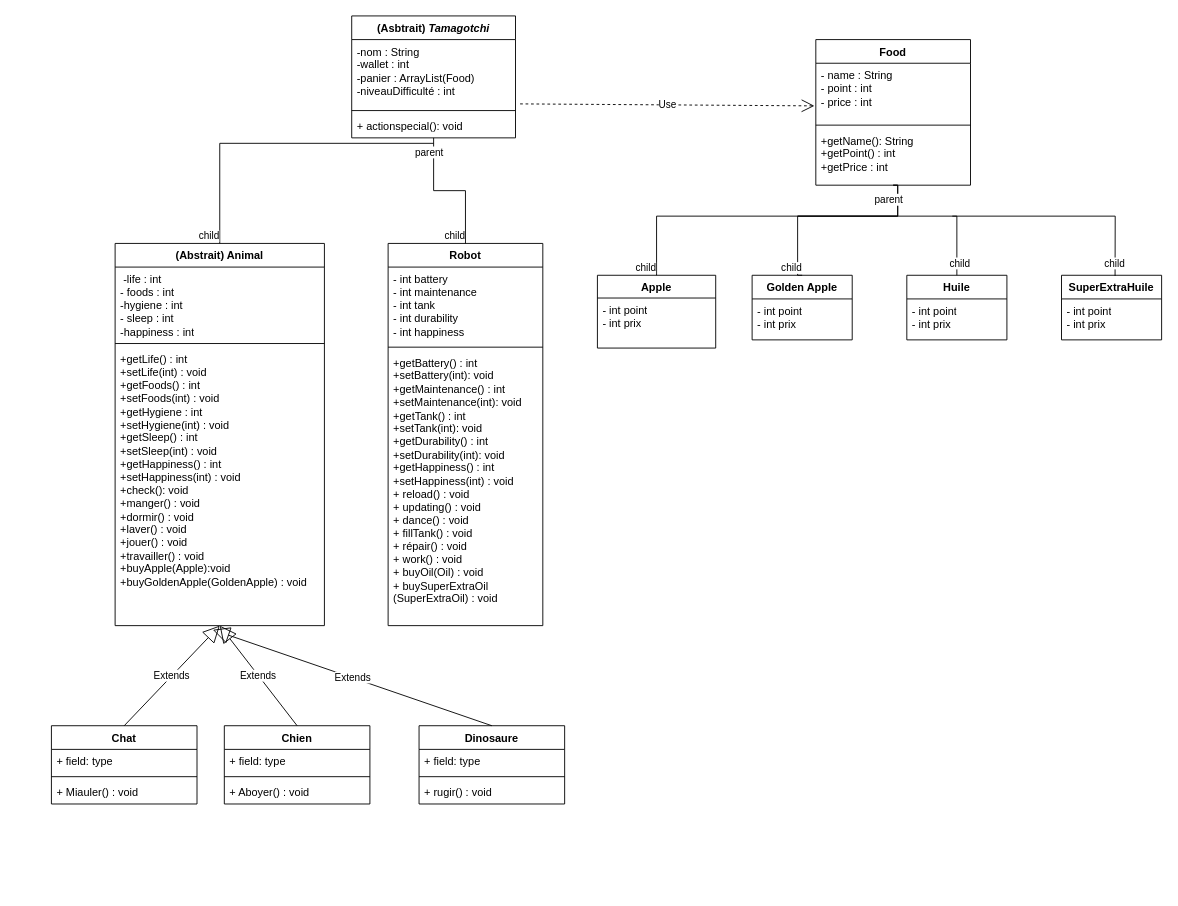
BMaurice56/Tamagotchi keeps this draw.io diagram as Diagram.drawio. Above is the earlier version. Source tidied: cells renumbered, new cells numbered last; positions are measured from the earlier drawing's top-left corner, leaving out a move shared by most shapes. Both pictures are drawn from the tidied source at 91%, with x=0, y=0 at pixel (51, 15).
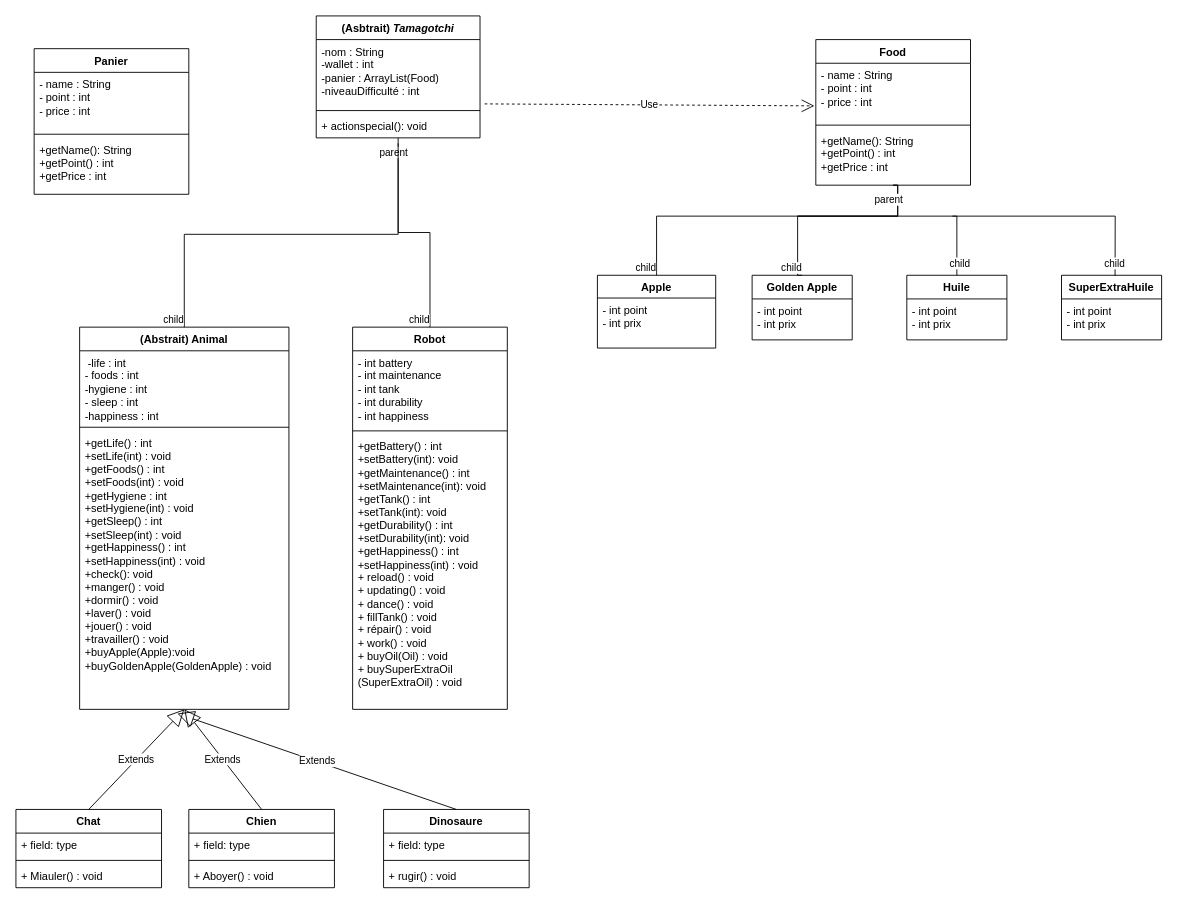
The same diagram, later.

Commit message:
Mettre à jour Diagram.drawio

The change refers to these unchanged cells:
```xml
<mxCell id="5" value="+ actionspecial(): void" style="text;strokeColor=none;fillColor=none;align=left;verticalAlign=top;spacingLeft=4;spacingRight=4;overflow=hidden;points=[[0,0.5],[1,0.5]];portConstraint=eastwest;whiteSpace=wrap;html=1;" parent="2" vertex="1">
  <mxGeometry y="108" width="180" height="26" as="geometry" />
</mxCell>
```

Diff of the diagram source:
```diff
@@
     <mxCell id="2" value="(Asbtrait)&amp;nbsp;&lt;i&gt;Tamagotchi&lt;/i&gt;" style="swimlane;fontStyle=1;align=center;verticalAlign=top;horizontal=1;startSize=26;whiteSpace=wrap;html=1;" parent="1" vertex="1">
-      <mxGeometry x="330" width="180" height="134" as="geometry" />
+      <mxGeometry x="291" width="180" height="134" as="geometry" />
     </mxCell>
@@
     <mxCell id="6" value="Dinosaure" style="swimlane;fontStyle=1;align=center;verticalAlign=top;horizontal=1;startSize=26;whiteSpace=wrap;html=1;" parent="1" vertex="1">
-      <mxGeometry x="404" y="780" width="160" height="86" as="geometry" />
+      <mxGeometry x="365" y="872" width="160" height="86" as="geometry" />
     </mxCell>
@@
     <mxCell id="10" value="Robot" style="swimlane;fontStyle=1;align=center;verticalAlign=top;horizontal=1;startSize=26;whiteSpace=wrap;html=1;" parent="1" vertex="1">
-      <mxGeometry x="370" y="250" width="170" height="420" as="geometry" />
+      <mxGeometry x="331" y="342" width="170" height="420" as="geometry" />
     </mxCell>
@@
     <mxCell id="14" value="(Abstrait) Animal" style="swimlane;fontStyle=1;align=center;verticalAlign=top;horizontal=1;startSize=26;whiteSpace=wrap;html=1;" parent="1" vertex="1">
-      <mxGeometry x="70" y="250" width="230" height="420" as="geometry" />
+      <mxGeometry x="31" y="342" width="230" height="420" as="geometry" />
     </mxCell>
@@
     <mxCell id="21" style="endArrow=none;html=1;edgeStyle=orthogonalEdgeStyle;rounded=0;entryX=0.5;entryY=0;entryDx=0;entryDy=0;exitX=0.5;exitY=1.231;exitDx=0;exitDy=0;exitPerimeter=0;" parent="1" edge="1" source="5" target="14">
-      <mxGeometry relative="1" as="geometry" />
+      <mxGeometry relative="1" as="geometry">
+        <Array as="points">
+          <mxPoint x="381" y="240" />
+          <mxPoint x="146" y="240" />
+        </Array>
+      </mxGeometry>
     </mxCell>
@@
     <mxCell id="46" value="Chien" style="swimlane;fontStyle=1;align=center;verticalAlign=top;horizontal=1;startSize=26;whiteSpace=wrap;html=1;" parent="1" vertex="1">
-      <mxGeometry x="190" y="780" width="160" height="86" as="geometry" />
+      <mxGeometry x="151" y="872" width="160" height="86" as="geometry" />
     </mxCell>
@@
     <mxCell id="50" value="Chat" style="swimlane;fontStyle=1;align=center;verticalAlign=top;horizontal=1;startSize=26;whiteSpace=wrap;html=1;" parent="1" vertex="1">
-      <mxGeometry y="780" width="160" height="86" as="geometry" />
+      <mxGeometry x="-39" y="872" width="160" height="86" as="geometry" />
     </mxCell>
@@
+    <mxCell id="57" value="Panier" style="swimlane;fontStyle=1;align=center;verticalAlign=top;horizontal=1;startSize=26;whiteSpace=wrap;html=1;" parent="1" vertex="1">
+      <mxGeometry x="-19" y="36" width="170" height="160" as="geometry" />
+    </mxCell>
+    <mxCell id="58" value="&lt;div&gt;- name : String&lt;/div&gt;&lt;div&gt;- point : int&lt;/div&gt;&lt;div&gt;- price : int&lt;/div&gt;&lt;div&gt;&lt;br&gt;&lt;/div&gt;" style="text;strokeColor=none;fillColor=none;align=left;verticalAlign=top;spacingLeft=4;spacingRight=4;overflow=hidden;whiteSpace=wrap;html=1;" parent="57" vertex="1">
+      <mxGeometry y="26" width="170" height="64" as="geometry" />
+    </mxCell>
+    <mxCell id="59" style="line;strokeWidth=1;fillColor=none;align=left;verticalAlign=middle;spacingTop=-1;spacingLeft=3;spacingRight=3;labelPosition=right;strokeColor=inherit;" parent="57" vertex="1">
+      <mxGeometry y="90" width="170" height="8" as="geometry" />
+    </mxCell>
+    <mxCell id="60" value="+getName(): String&lt;br&gt;+getPoint() : int&lt;br&gt;+getPrice : int" style="text;strokeColor=none;fillColor=none;align=left;verticalAlign=top;spacingLeft=4;spacingRight=4;overflow=hidden;whiteSpace=wrap;html=1;" parent="57" vertex="1">
+      <mxGeometry y="98" width="170" height="62" as="geometry" />
+    </mxCell>
```
